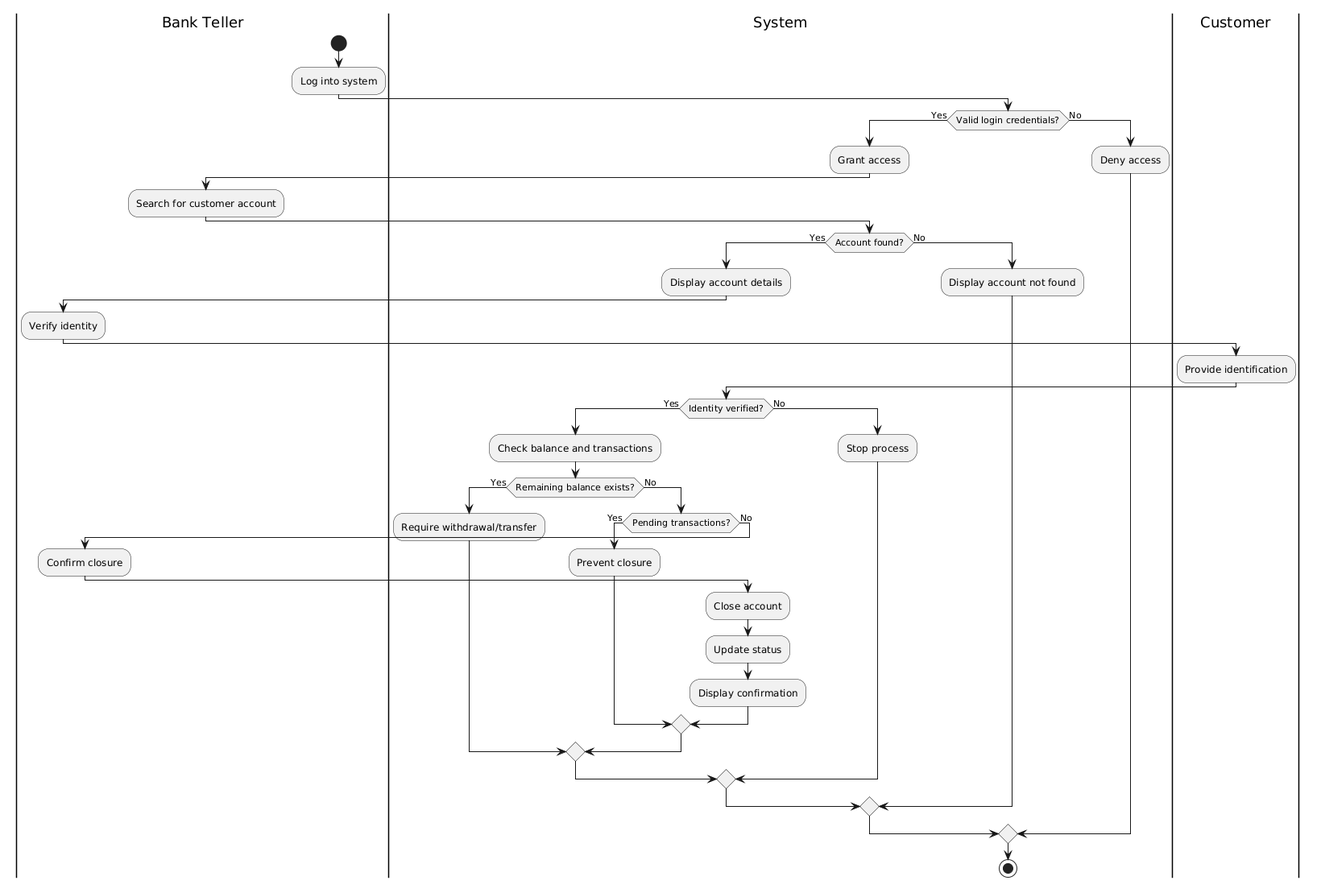
This is Diagrams/Activity Diagrams/AC_AM2.png from erindkotobelli12/BankManagementSystem, a PlantUML export, as it was before one commit. The source it was exported from:
```plantuml
@startuml
|Bank Teller|
start
:Log into system;

|System|
if (Valid login credentials?) then (Yes)
  :Grant access;

  |Bank Teller|
  :Search for customer account;

  |System|
  if (Account found?) then (Yes)
    :Display account details;

    |Bank Teller|
    :Verify identity;

    |Customer|
    :Provide identification;

    |System|
    if (Identity verified?) then (Yes)
      :Check balance and transactions;

      if (Remaining balance exists?) then (Yes)
        :Require withdrawal/transfer;
      else (No)
        if (Pending transactions?) then (Yes)
          :Prevent closure;
        else (No)

          |Bank Teller|
          :Confirm closure;

          |System|
          :Close account;
          :Update status;
          :Display confirmation;

        endif
      endif

    else (No)
      :Stop process;
    endif

  else (No)
    :Display account not found;
  endif

else (No)
  :Deny access;
endif

stop
@enduml
```
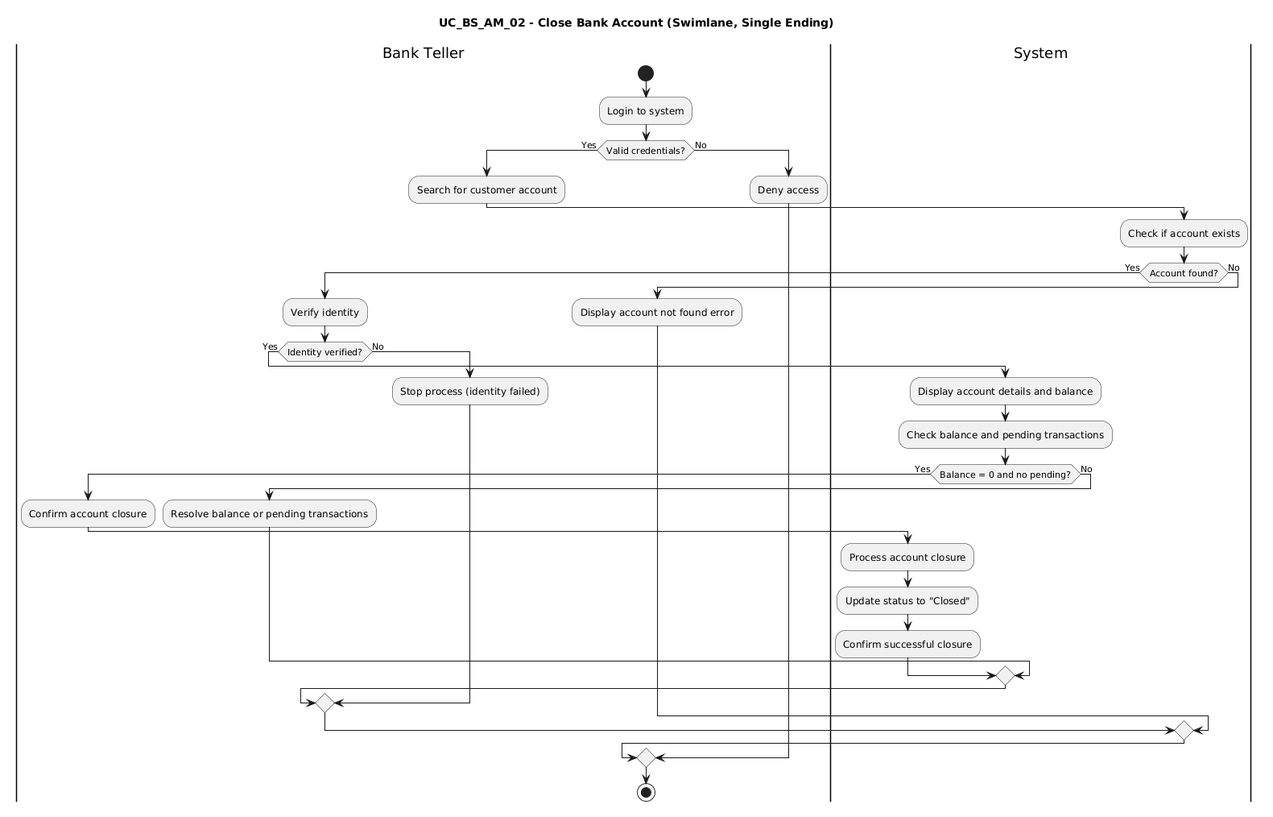
After the commit.

Diff of the diagram source:
```diff
@@ -1,53 +1,46 @@
 @startuml
+title UC_BS_AM_02 - Close Bank Account (Swimlane, Single Ending)
+
 |Bank Teller|
 start
-:Log into system;
+:Login to system;
 
-|System|
-if (Valid login credentials?) then (Yes)
-  :Grant access;
-
-  |Bank Teller|
+if (Valid credentials?) then (Yes)
   :Search for customer account;
 
   |System|
+  :Check if account exists;
+
   if (Account found?) then (Yes)
-    :Display account details;
-
     |Bank Teller|
     :Verify identity;
 
-    |Customer|
-    :Provide identification;
+    if (Identity verified?) then (Yes)
 
-    |System|
-    if (Identity verified?) then (Yes)
-      :Check balance and transactions;
+      |System|
+      :Display account details and balance;
+      :Check balance and pending transactions;
 
-      if (Remaining balance exists?) then (Yes)
-        :Require withdrawal/transfer;
+      if (Balance = 0 and no pending?) then (Yes)
+        |Bank Teller|
+        :Confirm account closure;
+
+        |System|
+        :Process account closure;
+        :Update status to "Closed";
+        :Confirm successful closure;
+
       else (No)
-        if (Pending transactions?) then (Yes)
-          :Prevent closure;
-        else (No)
-
-          |Bank Teller|
-          :Confirm closure;
-
-          |System|
-          :Close account;
-          :Update status;
-          :Display confirmation;
-
-        endif
+        |Bank Teller|
+        :Resolve balance or pending transactions;
       endif
 
     else (No)
-      :Stop process;
+      :Stop process (identity failed);
     endif
 
   else (No)
-    :Display account not found;
+    :Display account not found error;
   endif
 
 else (No)
```
